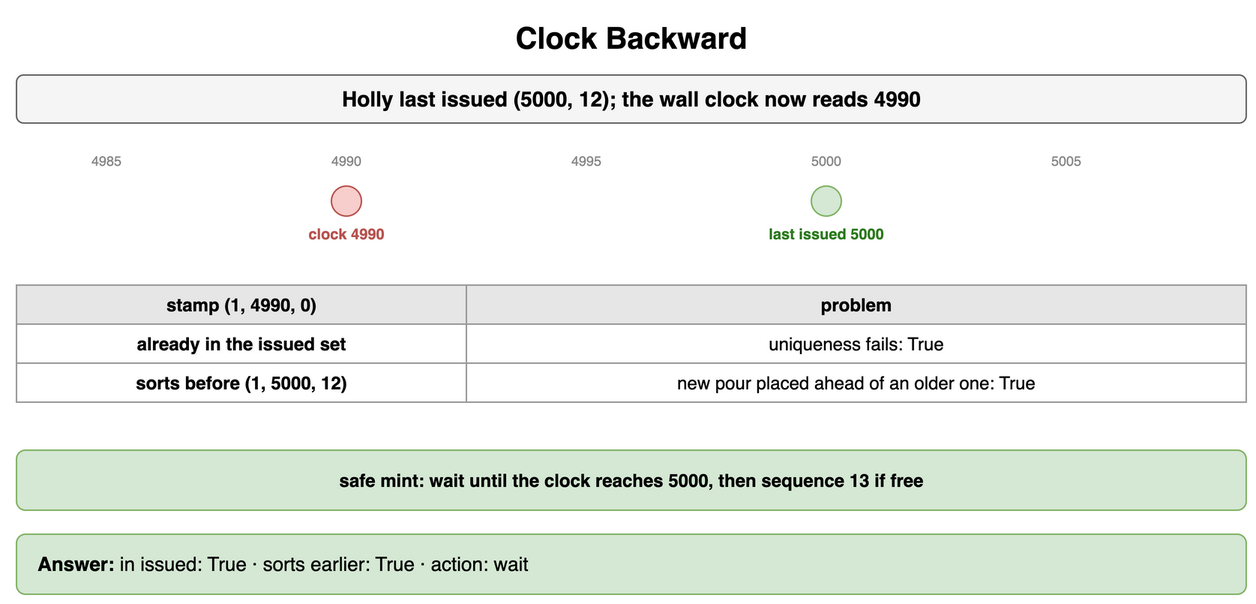
amendez13/swe-study-guide keeps this draw.io diagram as content/09_System_Design_Interview/19_Unique_ID_Generation/diagrams/unique-id-drills-4-clock-backward.png. Above is the earlier version. Source tidied: cells renumbered, new cells last; positions are measured from the earlier drawing's top-left corner, leaving out a move shared by most shapes. Its diagram source:
```xml
<mxGraphModel>
  <root>
    <mxCell id="0" />
    <mxCell id="1" parent="0" />
    <mxCell id="2" value="Clock Backward" style="text;html=1;align=center;verticalAlign=middle;whiteSpace=wrap;fontSize=20;fontStyle=1;" parent="1" vertex="1">
      <mxGeometry width="820" height="30" as="geometry" />
    </mxCell>
    <mxCell id="3" value="Holly last issued (5000, 12); the wall clock now reads 4990" style="rounded=1;whiteSpace=wrap;html=1;fillColor=#f5f5f5;strokeColor=#666666;fontStyle=1;fontSize=14;" parent="1" vertex="1">
      <mxGeometry y="40" width="820" height="32" as="geometry" />
    </mxCell>
    <mxCell id="4" value="4985" style="text;html=1;whiteSpace=wrap;fontSize=11;align=center;verticalAlign=middle;fontSize=9;fontColor=#888;" parent="1" vertex="1">
      <mxGeometry x="40" y="90" width="40" height="14" as="geometry" />
    </mxCell>
    <mxCell id="5" value="4990" style="text;html=1;whiteSpace=wrap;fontSize=11;align=center;verticalAlign=middle;fontSize=9;fontColor=#888;" parent="1" vertex="1">
      <mxGeometry x="200" y="90" width="40" height="14" as="geometry" />
    </mxCell>
    <mxCell id="6" value="4995" style="text;html=1;whiteSpace=wrap;fontSize=11;align=center;verticalAlign=middle;fontSize=9;fontColor=#888;" parent="1" vertex="1">
      <mxGeometry x="360" y="90" width="40" height="14" as="geometry" />
    </mxCell>
    <mxCell id="7" value="5000" style="text;html=1;whiteSpace=wrap;fontSize=11;align=center;verticalAlign=middle;fontSize=9;fontColor=#888;" parent="1" vertex="1">
      <mxGeometry x="520" y="90" width="40" height="14" as="geometry" />
    </mxCell>
    <mxCell id="8" value="5005" style="text;html=1;whiteSpace=wrap;fontSize=11;align=center;verticalAlign=middle;fontSize=9;fontColor=#888;" parent="1" vertex="1">
      <mxGeometry x="680" y="90" width="40" height="14" as="geometry" />
    </mxCell>
    <mxCell id="9" style="ellipse;whiteSpace=wrap;html=1;fontStyle=1;fontSize=12;fontFamily=Courier New;fillColor=#f8cecc;strokeColor=#b85450;" parent="1" vertex="1">
      <mxGeometry x="210" y="114" width="20" height="20" as="geometry" />
    </mxCell>
    <mxCell id="10" value="clock 4990" style="text;html=1;whiteSpace=wrap;fontSize=11;align=center;verticalAlign=middle;fontSize=10;fontColor=#b85450;fontStyle=1;" parent="1" vertex="1">
      <mxGeometry x="180" y="138" width="80" height="16" as="geometry" />
    </mxCell>
    <mxCell id="11" style="ellipse;whiteSpace=wrap;html=1;fontStyle=1;fontSize=12;fontFamily=Courier New;fillColor=#d5e8d4;strokeColor=#82b366;" parent="1" vertex="1">
      <mxGeometry x="530" y="114" width="20" height="20" as="geometry" />
    </mxCell>
    <mxCell id="12" value="last issued 5000" style="text;html=1;whiteSpace=wrap;fontSize=11;align=center;verticalAlign=middle;fontSize=10;fontColor=#2d7a1f;fontStyle=1;" parent="1" vertex="1">
      <mxGeometry x="490" y="138" width="100" height="16" as="geometry" />
    </mxCell>
    <mxCell id="13" value="stamp (1, 4990, 0)" style="whiteSpace=wrap;html=1;fillColor=#e6e6e6;strokeColor=#999999;fontStyle=1;fontSize=12;" parent="1" vertex="1">
      <mxGeometry y="180" width="300" height="26" as="geometry" />
    </mxCell>
    <mxCell id="14" value="problem" style="whiteSpace=wrap;html=1;fillColor=#e6e6e6;strokeColor=#999999;fontStyle=1;fontSize=12;" parent="1" vertex="1">
      <mxGeometry x="300" y="180" width="520" height="26" as="geometry" />
    </mxCell>
    <mxCell id="15" value="already in the issued set" style="whiteSpace=wrap;html=1;strokeColor=#999999;fontSize=12;fillColor=#ffffff;fontStyle=1;" parent="1" vertex="1">
      <mxGeometry y="206" width="300" height="26" as="geometry" />
    </mxCell>
    <mxCell id="16" value="uniqueness fails: True" style="whiteSpace=wrap;html=1;strokeColor=#999999;fontSize=12;fillColor=#ffffff;" parent="1" vertex="1">
      <mxGeometry x="300" y="206" width="520" height="26" as="geometry" />
    </mxCell>
    <mxCell id="17" value="sorts before (1, 5000, 12)" style="whiteSpace=wrap;html=1;strokeColor=#999999;fontSize=12;fillColor=#ffffff;fontStyle=1;" parent="1" vertex="1">
      <mxGeometry y="232" width="300" height="26" as="geometry" />
    </mxCell>
    <mxCell id="18" value="new pour placed ahead of an older one: True" style="whiteSpace=wrap;html=1;strokeColor=#999999;fontSize=12;fillColor=#ffffff;" parent="1" vertex="1">
      <mxGeometry x="300" y="232" width="520" height="26" as="geometry" />
    </mxCell>
    <mxCell id="19" value="safe mint: wait until the clock reaches 5000, then sequence 13 if free" style="rounded=1;whiteSpace=wrap;html=1;fillColor=#d5e8d4;strokeColor=#82b366;fontSize=12;align=center;fontStyle=1;" parent="1" vertex="1">
      <mxGeometry y="290" width="820" height="40" as="geometry" />
    </mxCell>
    <mxCell id="20" value="&lt;b&gt;Answer:&lt;/b&gt; in issued: True · sorts earlier: True · action: wait" style="rounded=1;whiteSpace=wrap;html=1;fillColor=#d5e8d4;strokeColor=#82b366;fontSize=13;align=left;spacingLeft=12;" parent="1" vertex="1">
      <mxGeometry y="346" width="820" height="40" as="geometry" />
    </mxCell>
  </root>
</mxGraphModel>
```
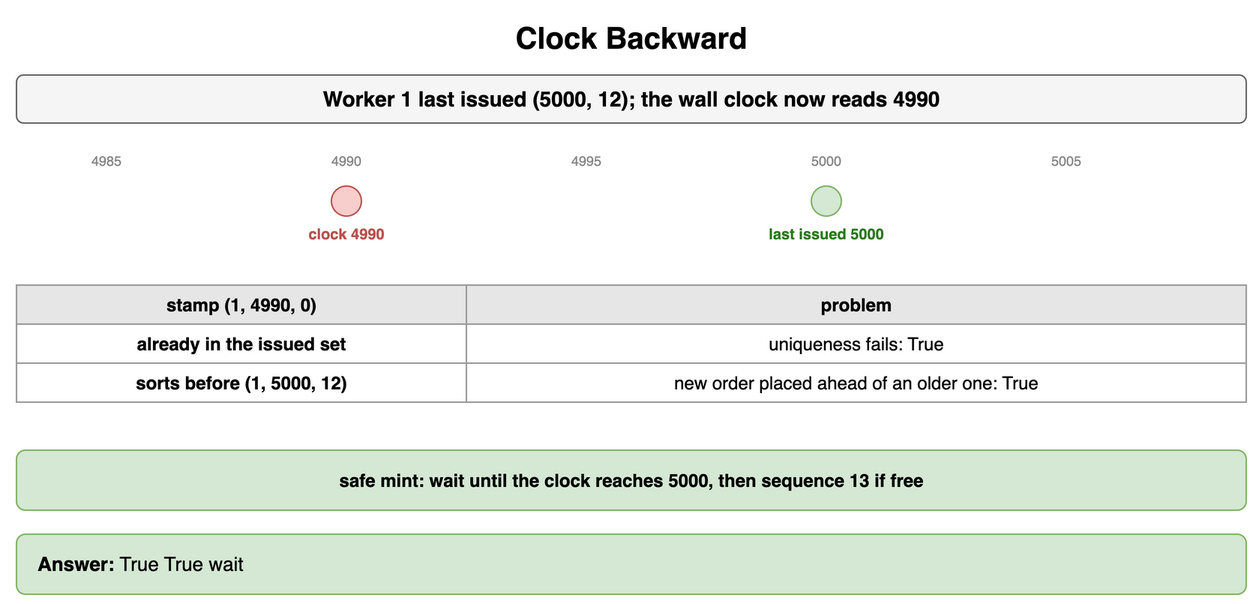
The same diagram one commit later.

The edit, as a diff of the source:
```diff
@@ -5,7 +5,7 @@
     <mxCell id="2" value="Clock Backward" style="text;html=1;align=center;verticalAlign=middle;whiteSpace=wrap;fontSize=20;fontStyle=1;" parent="1" vertex="1">
       <mxGeometry width="820" height="30" as="geometry" />
     </mxCell>
-    <mxCell id="3" value="Holly last issued (5000, 12); the wall clock now reads 4990" style="rounded=1;whiteSpace=wrap;html=1;fillColor=#f5f5f5;strokeColor=#666666;fontStyle=1;fontSize=14;" parent="1" vertex="1">
+    <mxCell id="3" value="Worker 1 last issued (5000, 12); the wall clock now reads 4990" style="rounded=1;whiteSpace=wrap;html=1;fillColor=#f5f5f5;strokeColor=#666666;fontStyle=1;fontSize=14;" parent="1" vertex="1">
       <mxGeometry y="40" width="820" height="32" as="geometry" />
     </mxCell>
     <mxCell id="4" value="4985" style="text;html=1;whiteSpace=wrap;fontSize=11;align=center;verticalAlign=middle;fontSize=9;fontColor=#888;" parent="1" vertex="1">
@@ -50,13 +50,13 @@
     <mxCell id="17" value="sorts before (1, 5000, 12)" style="whiteSpace=wrap;html=1;strokeColor=#999999;fontSize=12;fillColor=#ffffff;fontStyle=1;" parent="1" vertex="1">
       <mxGeometry y="232" width="300" height="26" as="geometry" />
     </mxCell>
-    <mxCell id="18" value="new pour placed ahead of an older one: True" style="whiteSpace=wrap;html=1;strokeColor=#999999;fontSize=12;fillColor=#ffffff;" parent="1" vertex="1">
+    <mxCell id="18" value="new order placed ahead of an older one: True" style="whiteSpace=wrap;html=1;strokeColor=#999999;fontSize=12;fillColor=#ffffff;" parent="1" vertex="1">
       <mxGeometry x="300" y="232" width="520" height="26" as="geometry" />
     </mxCell>
     <mxCell id="19" value="safe mint: wait until the clock reaches 5000, then sequence 13 if free" style="rounded=1;whiteSpace=wrap;html=1;fillColor=#d5e8d4;strokeColor=#82b366;fontSize=12;align=center;fontStyle=1;" parent="1" vertex="1">
       <mxGeometry y="290" width="820" height="40" as="geometry" />
     </mxCell>
-    <mxCell id="20" value="&lt;b&gt;Answer:&lt;/b&gt; in issued: True · sorts earlier: True · action: wait" style="rounded=1;whiteSpace=wrap;html=1;fillColor=#d5e8d4;strokeColor=#82b366;fontSize=13;align=left;spacingLeft=12;" parent="1" vertex="1">
+    <mxCell id="20" value="&lt;b&gt;Answer:&lt;/b&gt; True True wait" style="rounded=1;whiteSpace=wrap;html=1;fillColor=#d5e8d4;strokeColor=#82b366;fontSize=13;align=left;spacingLeft=12;" parent="1" vertex="1">
       <mxGeometry y="346" width="820" height="40" as="geometry" />
     </mxCell>
   </root>
```
